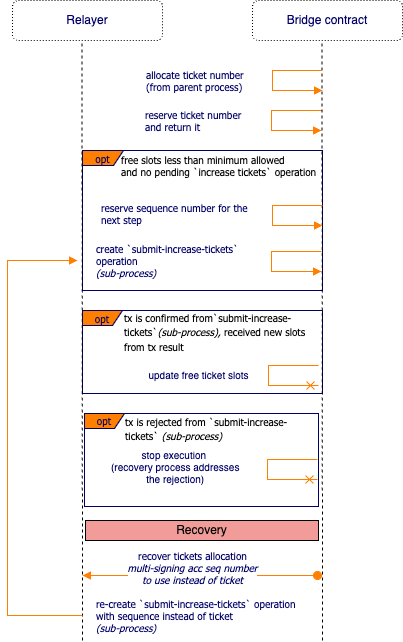
This is spec/img/allocate-ticket.png from CoreumFoundation/coreumbridge-xrpl, a draw.io export, as it was before one commit. Source tidied: cells renumbered, new cells last; positions are measured from the earlier drawing's top-left corner, leaving out a move shared by most shapes.
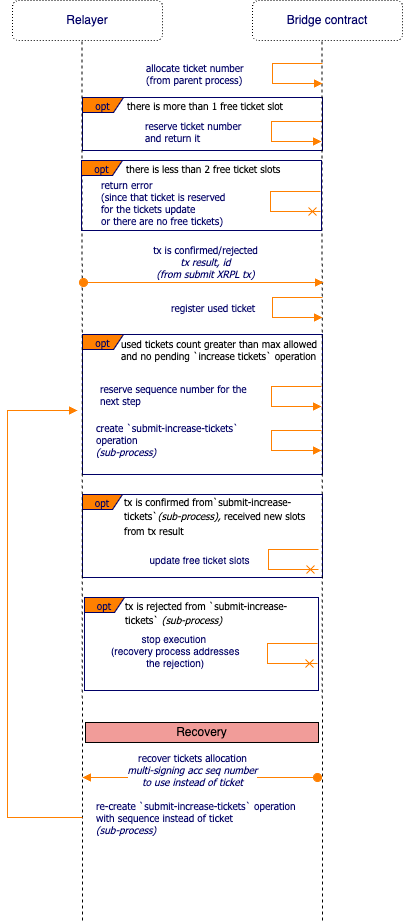
After the change.

Commit message:
Update tickets re-allocation workflow.

What changed in the source:
```diff
@@ -2,6 +2,9 @@
   <root>
     <mxCell id="0" />
     <mxCell id="1" parent="0" />
+    <mxCell id="24" value="opt" style="shape=umlFrame;whiteSpace=wrap;html=1;strokeColor=#000066;fillColor=#FF8000;fontFamily=Tahoma;fontSize=10;fontColor=#000066;align=center;width=41;height=15;" parent="1" vertex="1">
+      <mxGeometry x="75" y="-87" width="240" height="53" as="geometry" />
+    </mxCell>
     <mxCell id="2" value="opt" style="shape=umlFrame;whiteSpace=wrap;html=1;strokeColor=#000066;fillColor=#FF8000;fontFamily=Tahoma;fontSize=10;fontColor=#000066;align=center;width=40;height=15;" parent="1" vertex="1">
       <mxGeometry x="75" y="310" width="240" height="83" as="geometry" />
     </mxCell>
@@ -15,36 +18,36 @@
       <mxGeometry x="75" y="150" width="240" height="140" as="geometry" />
     </mxCell>
     <mxCell id="6" value="Relayer" style="rounded=1;whiteSpace=wrap;html=1;fillColor=none;dashed=1;fontColor=#000066;dashPattern=1 2;" parent="1" vertex="1">
-      <mxGeometry x="5" width="150" height="40" as="geometry" />
+      <mxGeometry x="5" y="-184" width="150" height="40" as="geometry" />
     </mxCell>
     <mxCell id="7" value="Bridge contract" style="rounded=1;whiteSpace=wrap;html=1;fillColor=none;dashed=1;fontColor=#000066;dashPattern=1 2;" parent="1" vertex="1">
-      <mxGeometry x="245" width="150" height="40" as="geometry" />
+      <mxGeometry x="245" y="-184" width="150" height="40" as="geometry" />
     </mxCell>
     <mxCell id="8" value="&lt;div style=&quot;text-align: center&quot;&gt;&lt;/div&gt;" style="text;html=1;align=center;verticalAlign=top;spacingTop=-4;fontSize=14;fontFamily=Tahoma;fontColor=#000066;" parent="1" vertex="1">
-      <mxGeometry x="65" y="10" width="20" height="10" as="geometry" />
+      <mxGeometry x="65" y="-174" width="20" height="10" as="geometry" />
     </mxCell>
     <mxCell id="9" style="endArrow=none;dashed=1;html=1;rounded=0;" parent="1" edge="1">
       <mxGeometry relative="1" as="geometry">
-        <mxPoint x="75" y="640" as="sourcePoint" />
-        <mxPoint x="74.5" y="40" as="targetPoint" />
+        <mxPoint x="75" y="736" as="sourcePoint" />
+        <mxPoint x="74.5" y="-144" as="targetPoint" />
       </mxGeometry>
     </mxCell>
     <mxCell id="10" value="&lt;div style=&quot;text-align: center&quot;&gt;&lt;/div&gt;" style="text;html=1;align=center;verticalAlign=top;spacingTop=-4;fontSize=14;fontFamily=Tahoma;fontColor=#000066;" parent="1" vertex="1">
-      <mxGeometry x="235" y="10" width="20" height="10" as="geometry" />
+      <mxGeometry x="235" y="-174" width="20" height="10" as="geometry" />
     </mxCell>
     <mxCell id="11" style="endArrow=none;dashed=1;html=1;rounded=0;" parent="1" edge="1">
       <mxGeometry relative="1" as="geometry">
-        <mxPoint x="315" y="640" as="sourcePoint" />
-        <mxPoint x="314.5" y="40" as="targetPoint" />
+        <mxPoint x="315" y="736" as="sourcePoint" />
+        <mxPoint x="314.5" y="-144" as="targetPoint" />
       </mxGeometry>
     </mxCell>
-    <mxCell id="12" value="reserve sequence number for the &lt;br&gt;next step" style="edgeStyle=orthogonalEdgeStyle;html=1;align=left;spacingLeft=2;endArrow=block;rounded=0;strokeColor=#FF8000;fontFamily=Tahoma;fontSize=10;fontColor=#000066;endFill=1;" parent="1" edge="1">
-      <mxGeometry x="-0.03" y="-175" relative="1" as="geometry">
-        <mxPoint x="315" y="205" as="sourcePoint" />
-        <mxPoint x="315" y="225" as="targetPoint" />
+    <mxCell id="12" value="register used ticket" style="edgeStyle=orthogonalEdgeStyle;html=1;align=left;spacingLeft=2;endArrow=block;rounded=0;strokeColor=#FF8000;fontFamily=Tahoma;fontSize=10;fontColor=#000066;endFill=1;" parent="1" edge="1">
+      <mxGeometry y="-105" relative="1" as="geometry">
+        <mxPoint x="315" y="113" as="sourcePoint" />
+        <mxPoint x="315" y="133" as="targetPoint" />
         <Array as="points">
-          <mxPoint x="265" y="205" />
-          <mxPoint x="265" y="225" />
+          <mxPoint x="265" y="113" />
+          <mxPoint x="265" y="133" />
         </Array>
       </mxGeometry>
     </mxCell>
@@ -58,26 +61,26 @@
         </Array>
       </mxGeometry>
     </mxCell>
-    <mxCell id="14" value="free slots less than minimum allowed&lt;br&gt;and no pending `increase tickets` operation" style="text;html=1;align=left;verticalAlign=top;spacingTop=-4;fontSize=10;fontFamily=Tahoma;fontColor=#000000;" parent="1" vertex="1">
+    <mxCell id="14" value="used tickets count greater than max allowed&lt;br&gt;and no pending `increase tickets` operation" style="text;html=1;align=left;verticalAlign=top;spacingTop=-4;fontSize=10;fontFamily=Tahoma;fontColor=#000000;" parent="1" vertex="1">
       <mxGeometry x="112" y="151" width="220" height="30" as="geometry" />
     </mxCell>
     <mxCell id="15" value="create `submit-increase-tickets`&lt;br&gt;operation&lt;br&gt;&lt;i&gt;(sub-process)&lt;/i&gt;" style="edgeStyle=orthogonalEdgeStyle;html=1;align=left;spacingLeft=2;endArrow=block;rounded=0;strokeColor=#FF8000;fontFamily=Tahoma;fontSize=10;fontColor=#000066;endFill=1;" parent="1" edge="1">
       <mxGeometry x="-0.01" y="-179" relative="1" as="geometry">
-        <mxPoint x="314" y="251" as="sourcePoint" />
-        <mxPoint x="314" y="271" as="targetPoint" />
+        <mxPoint x="314" y="246" as="sourcePoint" />
+        <mxPoint x="314" y="266" as="targetPoint" />
         <Array as="points">
-          <mxPoint x="264" y="251" />
-          <mxPoint x="264" y="271" />
+          <mxPoint x="264" y="246" />
+          <mxPoint x="264" y="266" />
         </Array>
       </mxGeometry>
     </mxCell>
     <mxCell id="16" value="reserve ticket&amp;nbsp;number &lt;br&gt;and return it" style="edgeStyle=orthogonalEdgeStyle;html=1;align=left;spacingLeft=2;endArrow=block;rounded=0;strokeColor=#FF8000;fontFamily=Tahoma;fontSize=10;fontColor=#000066;endFill=1;" parent="1" edge="1">
       <mxGeometry y="-130" relative="1" as="geometry">
-        <mxPoint x="314" y="110" as="sourcePoint" />
-        <mxPoint x="314" y="130" as="targetPoint" />
+        <mxPoint x="314" y="-63" as="sourcePoint" />
+        <mxPoint x="314" y="-43" as="targetPoint" />
         <Array as="points">
-          <mxPoint x="264" y="110" />
-          <mxPoint x="264" y="130" />
+          <mxPoint x="264" y="-63" />
+          <mxPoint x="264" y="-43" />
         </Array>
       </mxGeometry>
     </mxCell>
@@ -98,11 +101,11 @@
     </mxCell>
     <mxCell id="19" value="allocate ticket number&lt;br&gt;(from parent process)" style="edgeStyle=orthogonalEdgeStyle;html=1;align=left;spacingLeft=2;endArrow=block;rounded=0;strokeColor=#FF8000;fontFamily=Tahoma;fontSize=10;fontColor=#000066;endFill=1;" parent="1" edge="1">
       <mxGeometry y="-130" relative="1" as="geometry">
-        <mxPoint x="315" y="70" as="sourcePoint" />
-        <mxPoint x="315" y="90" as="targetPoint" />
+        <mxPoint x="315" y="-121" as="sourcePoint" />
+        <mxPoint x="315" y="-101" as="targetPoint" />
         <Array as="points">
-          <mxPoint x="265" y="70" />
-          <mxPoint x="265" y="90" />
+          <mxPoint x="265" y="-121" />
+          <mxPoint x="265" y="-101" />
         </Array>
       </mxGeometry>
     </mxCell>
@@ -110,24 +113,60 @@
       <mxGeometry x="116" y="408" width="194" height="38" as="geometry" />
     </mxCell>
     <mxCell id="21" value="Recovery" style="rounded=0;whiteSpace=wrap;html=1;fillColor=#F19C99;" parent="1" vertex="1">
-      <mxGeometry x="78" y="520" width="233" height="20" as="geometry" />
+      <mxGeometry x="78" y="538" width="233" height="20" as="geometry" />
     </mxCell>
     <mxCell id="22" value="recover tickets allocation &lt;br&gt;&lt;i&gt;multi-signing acc seq number &lt;br&gt;to use instead of ticket&lt;/i&gt;&lt;br style=&quot;border-color: var(--border-color);&quot;&gt;&amp;nbsp;" style="html=1;verticalAlign=bottom;startArrow=oval;startFill=1;endArrow=block;startSize=8;strokeColor=#FF8000;fontFamily=Tahoma;fontSize=10;fontColor=#000066;" parent="1" edge="1">
       <mxGeometry x="0.06" y="25" relative="1" as="geometry">
-        <mxPoint x="310" y="575" as="sourcePoint" />
-        <mxPoint x="75" y="575" as="targetPoint" />
+        <mxPoint x="310" y="593" as="sourcePoint" />
+        <mxPoint x="75" y="593" as="targetPoint" />
       </mxGeometry>
     </mxCell>
     <mxCell id="23" value="&lt;span style=&quot;border-color: var(--border-color); text-align: center;&quot;&gt;re-create `submit-increase-tickets`&amp;nbsp;&lt;span style=&quot;text-align: left;&quot;&gt;operation&lt;br&gt;with sequence instead of ticket&lt;br&gt;&lt;/span&gt;&lt;i style=&quot;border-color: var(--border-color); text-align: left;&quot;&gt;(sub-process)&lt;/i&gt;&lt;br&gt;&lt;/span&gt;" style="edgeStyle=orthogonalEdgeStyle;html=1;align=left;spacingLeft=2;endArrow=block;rounded=0;strokeColor=#FF8000;fontFamily=Tahoma;fontSize=10;fontColor=#000066;endFill=1;" parent="1" edge="1">
       <mxGeometry x="-1" y="10" relative="1" as="geometry">
-        <mxPoint x="75" y="615" as="sourcePoint" />
-        <mxPoint x="70" y="260" as="targetPoint" />
+        <mxPoint x="75" y="633" as="sourcePoint" />
+        <mxPoint x="70" y="226" as="targetPoint" />
         <Array as="points">
-          <mxPoint y="615" />
-          <mxPoint y="260" />
+          <mxPoint y="633" />
+          <mxPoint y="226" />
+          <mxPoint x="70" y="226" />
         </Array>
         <mxPoint x="10" y="-10" as="offset" />
       </mxGeometry>
     </mxCell>
+    <mxCell id="25" value="there is more than 1 free ticket slot" style="text;html=1;align=left;verticalAlign=top;spacingTop=-4;fontSize=10;fontFamily=Tahoma;fontColor=#000000;" parent="1" vertex="1">
+      <mxGeometry x="118" y="-87" width="180" height="20" as="geometry" />
+    </mxCell>
+    <mxCell id="26" value="opt" style="shape=umlFrame;whiteSpace=wrap;html=1;strokeColor=#000066;fillColor=#FF8000;fontFamily=Tahoma;fontSize=10;fontColor=#000066;align=center;width=41;height=15;" parent="1" vertex="1">
+      <mxGeometry x="74" y="-24" width="240" height="70" as="geometry" />
+    </mxCell>
+    <mxCell id="27" value="return error &lt;br&gt;(since that ticket is reserved &lt;br&gt;for the tickets update &lt;br&gt;or there are no free tickets)" style="edgeStyle=orthogonalEdgeStyle;html=1;align=left;spacingLeft=2;endArrow=cross;rounded=0;strokeColor=#FF8000;fontFamily=Tahoma;fontSize=10;fontColor=#000066;endFill=0;" parent="1" edge="1">
+      <mxGeometry x="0.02" y="-173" relative="1" as="geometry">
+        <mxPoint x="313" y="7" as="sourcePoint" />
+        <mxPoint x="313" y="27" as="targetPoint" />
+        <Array as="points">
+          <mxPoint x="263" y="7" />
+          <mxPoint x="263" y="27" />
+        </Array>
+      </mxGeometry>
+    </mxCell>
+    <mxCell id="28" value="there is less than 2 free ticket slots" style="text;html=1;align=left;verticalAlign=top;spacingTop=-4;fontSize=10;fontFamily=Tahoma;fontColor=#000000;" parent="1" vertex="1">
+      <mxGeometry x="117" y="-24" width="180" height="20" as="geometry" />
+    </mxCell>
+    <mxCell id="29" value="tx is confirmed/rejected&lt;br&gt;&lt;i&gt;tx result, id&lt;br&gt;(from submit XRPL tx)&lt;br&gt;&lt;/i&gt;" style="html=1;verticalAlign=bottom;startArrow=oval;startFill=1;endArrow=block;startSize=8;strokeColor=#FF8000;fontFamily=Tahoma;fontSize=10;fontColor=#000066;" parent="1" edge="1">
+      <mxGeometry x="0.02" relative="1" as="geometry">
+        <mxPoint x="76" y="98" as="sourcePoint" />
+        <mxPoint x="316" y="98" as="targetPoint" />
+      </mxGeometry>
+    </mxCell>
+    <mxCell id="30" value="reserve sequence number for the &lt;br&gt;next step" style="edgeStyle=orthogonalEdgeStyle;html=1;align=left;spacingLeft=2;endArrow=block;rounded=0;strokeColor=#FF8000;fontFamily=Tahoma;fontSize=10;fontColor=#000066;endFill=1;" parent="1" edge="1">
+      <mxGeometry x="-0.03" y="-175" relative="1" as="geometry">
+        <mxPoint x="314" y="202" as="sourcePoint" />
+        <mxPoint x="314" y="222" as="targetPoint" />
+        <Array as="points">
+          <mxPoint x="264" y="202" />
+          <mxPoint x="264" y="222" />
+        </Array>
+      </mxGeometry>
+    </mxCell>
   </root>
 </mxGraphModel>
```
